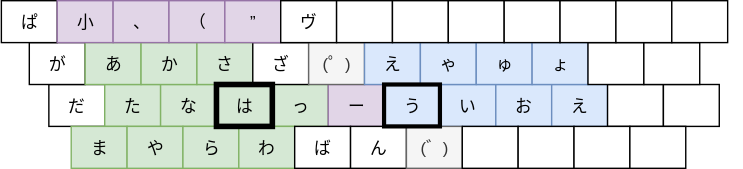
This is layout_image.drawio.svg from funatsufumiya/pc-f-layout, a draw.io export, as it was before one commit. Source tidied: cells renumbered, new cells last; positions are measured from the earlier drawing's top-left corner, leaving out a move shared by most shapes.
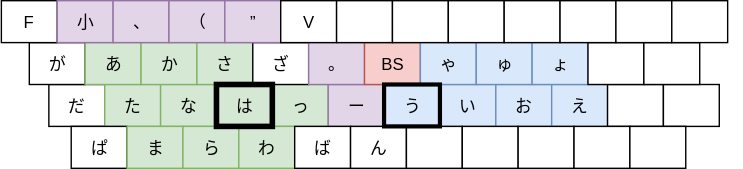
Later version of the same file.

What changed in the source:
```diff
@@ -35,10 +35,10 @@
     <mxCell id="12" value="G" style="group;" parent="1" vertex="1">
       <mxGeometry x="50" y="90" width="480" height="30" as="geometry" />
     </mxCell>
-    <mxCell id="13" value="ま" style="rounded=0;whiteSpace=wrap;html=1;fillColor=#d5e8d4;strokeColor=#82b366;" parent="12" vertex="1">
+    <mxCell id="13" value="ぱ" style="rounded=0;whiteSpace=wrap;html=1;" parent="12" vertex="1">
       <mxGeometry width="40" height="30" as="geometry" />
     </mxCell>
-    <mxCell id="14" value="や" style="rounded=0;whiteSpace=wrap;html=1;fillColor=#d5e8d4;strokeColor=#82b366;" parent="12" vertex="1">
+    <mxCell id="14" value="ま" style="rounded=0;whiteSpace=wrap;html=1;fillColor=#d5e8d4;strokeColor=#82b366;" parent="12" vertex="1">
       <mxGeometry x="40" width="40" height="30" as="geometry" />
     </mxCell>
     <mxCell id="15" value="ら" style="rounded=0;whiteSpace=wrap;html=1;fillColor=#d5e8d4;strokeColor=#82b366;" parent="12" vertex="1">
@@ -53,7 +53,7 @@
     <mxCell id="18" value="ん" style="rounded=0;whiteSpace=wrap;html=1;" parent="12" vertex="1">
       <mxGeometry x="200" width="40" height="30" as="geometry" />
     </mxCell>
-    <mxCell id="19" value="(゛)" style="rounded=0;whiteSpace=wrap;html=1;fillColor=#f5f5f5;strokeColor=#666666;fontColor=#333333;" parent="12" vertex="1">
+    <mxCell id="19" style="rounded=0;whiteSpace=wrap;html=1;" parent="12" vertex="1">
       <mxGeometry x="240" width="40" height="30" as="geometry" />
     </mxCell>
     <mxCell id="20" style="rounded=0;whiteSpace=wrap;html=1;" parent="12" vertex="1">
@@ -89,10 +89,10 @@
     <mxCell id="30" value="ざ" style="rounded=0;whiteSpace=wrap;html=1;" parent="25" vertex="1">
       <mxGeometry x="160" width="40" height="30" as="geometry" />
     </mxCell>
-    <mxCell id="31" value="(゜)" style="rounded=0;whiteSpace=wrap;html=1;fillColor=#f5f5f5;strokeColor=#666666;fontColor=#333333;" parent="25" vertex="1">
+    <mxCell id="31" value="。" style="rounded=0;whiteSpace=wrap;html=1;fillColor=#e1d5e7;strokeColor=#9673a6;" parent="25" vertex="1">
       <mxGeometry x="200" width="40" height="30" as="geometry" />
     </mxCell>
-    <mxCell id="32" value="え" style="rounded=0;whiteSpace=wrap;html=1;fillColor=#dae8fc;strokeColor=#6c8ebf;" parent="25" vertex="1">
+    <mxCell id="32" value="BS" style="rounded=0;whiteSpace=wrap;html=1;fillColor=#f8cecc;strokeColor=#b85450;" parent="25" vertex="1">
       <mxGeometry x="240" width="40" height="30" as="geometry" />
     </mxCell>
     <mxCell id="33" value="ゃ" style="rounded=0;whiteSpace=wrap;html=1;fillColor=#dae8fc;strokeColor=#6c8ebf;" parent="25" vertex="1">
@@ -116,7 +116,7 @@
     <mxCell id="39" style="group;" parent="38" vertex="1">
       <mxGeometry width="480" height="30" as="geometry" />
     </mxCell>
-    <mxCell id="40" value="ぱ" style="rounded=0;whiteSpace=wrap;html=1;" parent="39" vertex="1">
+    <mxCell id="40" value="F" style="rounded=0;whiteSpace=wrap;html=1;" parent="39" vertex="1">
       <mxGeometry width="40" height="30" as="geometry" />
     </mxCell>
     <mxCell id="41" value="小" style="rounded=0;whiteSpace=wrap;html=1;fillColor=#e1d5e7;strokeColor=#9673a6;" parent="39" vertex="1">
@@ -131,7 +131,7 @@
     <mxCell id="44" value="”" style="rounded=0;whiteSpace=wrap;html=1;fillColor=#e1d5e7;strokeColor=#9673a6;" parent="39" vertex="1">
       <mxGeometry x="160" width="40" height="30" as="geometry" />
     </mxCell>
-    <mxCell id="45" value="&lt;span style=&quot;white-space: normal&quot;&gt;ヴ&lt;/span&gt;" style="rounded=0;whiteSpace=wrap;html=1;" parent="39" vertex="1">
+    <mxCell id="45" value="&lt;span style=&quot;white-space: normal&quot;&gt;V&lt;/span&gt;" style="rounded=0;whiteSpace=wrap;html=1;" parent="39" vertex="1">
       <mxGeometry x="200" width="40" height="30" as="geometry" />
     </mxCell>
     <mxCell id="46" style="rounded=0;whiteSpace=wrap;html=1;" parent="39" vertex="1">
```
